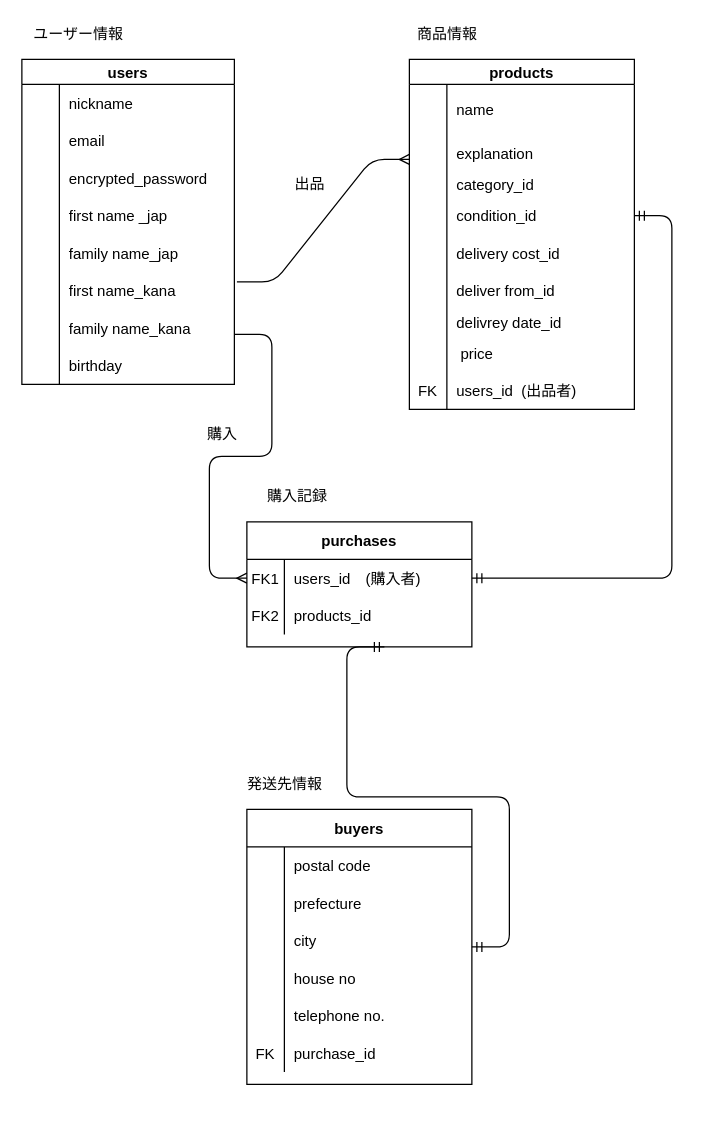
Earlier version of the draw.io diagram ER.dio (naushika-gif/furima-33835). Source tidied: cells renumbered, new cells numbered last; positions are measured from the earlier drawing's top-left corner, leaving out a move shared by most shapes. Both pictures are drawn from the tidied source at 125%, with x=0, y=0 at pixel (21, 21).
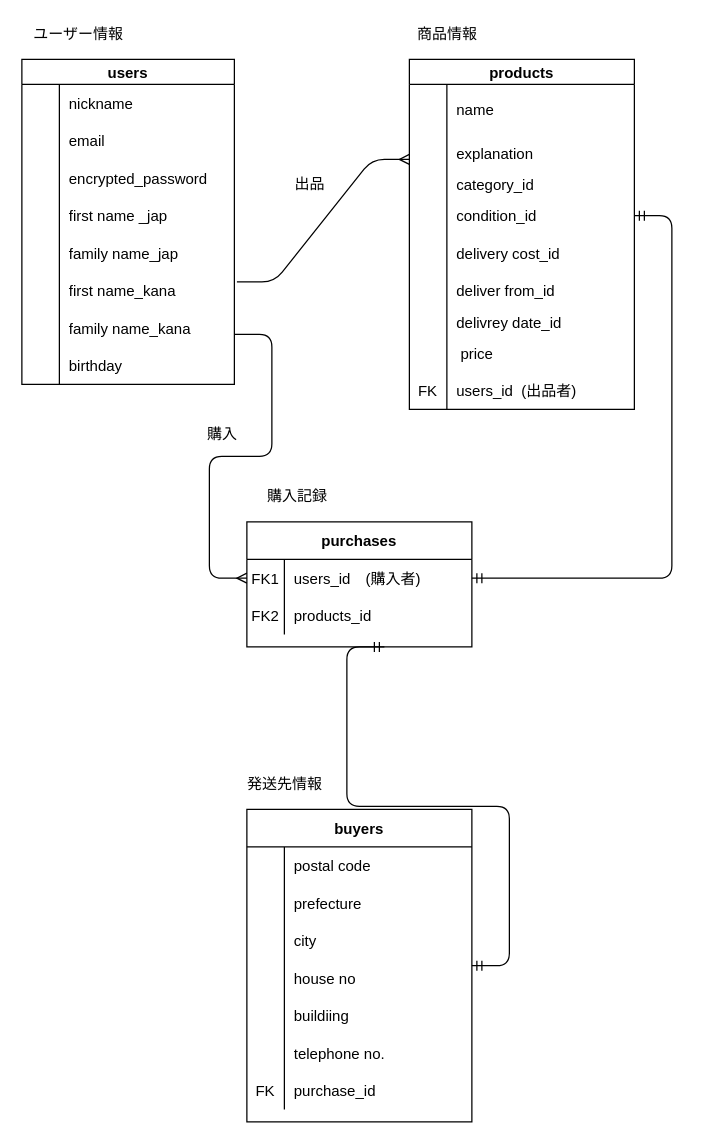
Above is the later version.

What changed in the source:
```diff
@@
     <mxCell id="62" value="buyers" style="shape=table;startSize=30;childLayout=tableLayout;rowLines=0;fontStyle=1;align=center;" parent="1" vertex="1">
-      <mxGeometry x="180" y="630" width="180" height="220" as="geometry" />
+      <mxGeometry x="180" y="630" width="180" height="250" as="geometry" />
     </mxCell>
@@
+    <mxCell id="93" style="shape=partialRectangle;fillColor=none;top=0;left=0;bottom=0;right=0;" parent="62" vertex="1">
+      <mxGeometry y="150" width="180" height="30" as="geometry" />
+    </mxCell>
+    <mxCell id="94" style="shape=partialRectangle;fillColor=none;top=0;left=0;bottom=0;right=0;overflow=hidden;" parent="93" vertex="1">
+      <mxGeometry width="30" height="30" as="geometry" />
+    </mxCell>
+    <mxCell id="95" value="buildiing" style="shape=partialRectangle;fillColor=none;top=0;left=0;bottom=0;right=0;align=left;spacingLeft=6;overflow=hidden;" parent="93" vertex="1">
+      <mxGeometry x="30" width="150" height="30" as="geometry" />
+    </mxCell>
     <mxCell id="75" style="shape=partialRectangle;fillColor=none;top=0;left=0;bottom=0;right=0;" parent="62" vertex="1">
-      <mxGeometry y="150" width="180" height="30" as="geometry" />
+      <mxGeometry y="180" width="180" height="30" as="geometry" />
     </mxCell>
@@
     <mxCell id="78" style="shape=partialRectangle;fillColor=none;top=0;left=0;bottom=0;right=0;" parent="62" vertex="1">
-      <mxGeometry y="180" width="180" height="30" as="geometry" />
+      <mxGeometry y="210" width="180" height="30" as="geometry" />
     </mxCell>
```
